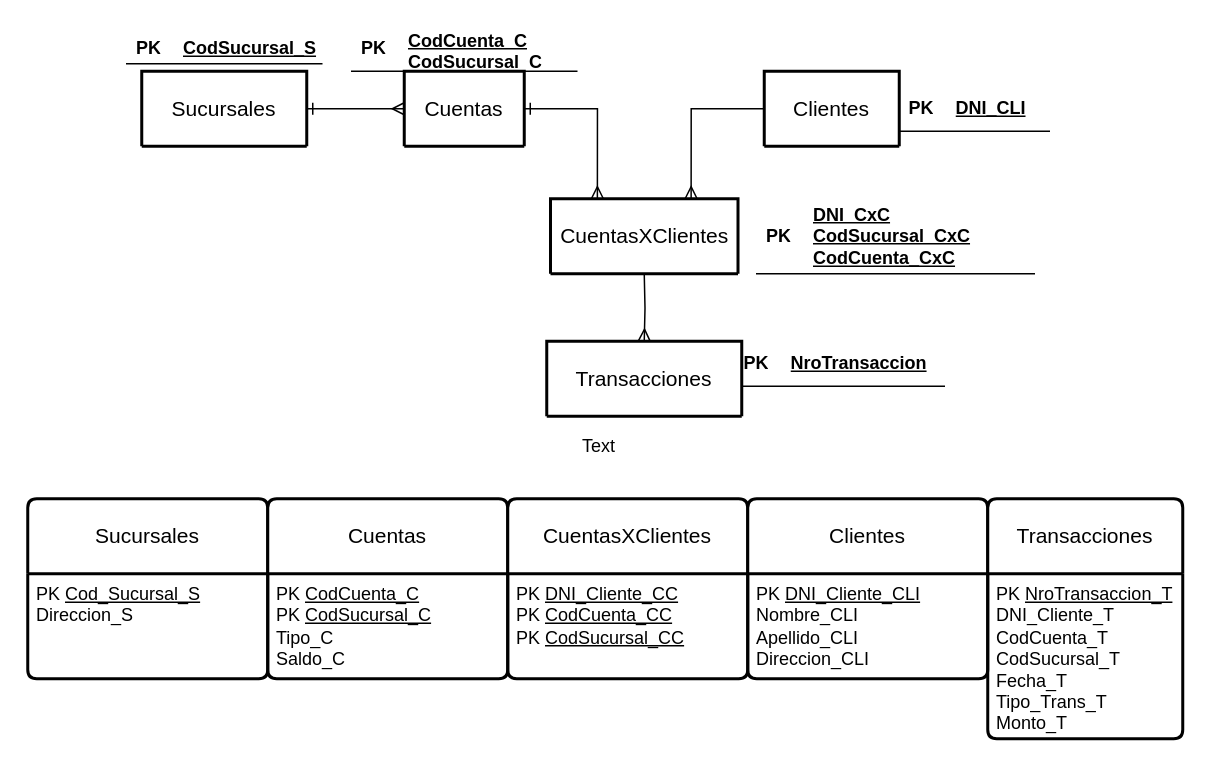
This is Diagramas/Ejercicio 3 - LAB 3.drawio from LeandroVillada/Laboratorio-III-Public, a draw.io file, before an edit. Source tidied: cells renumbered, new cells numbered last; positions are measured from the earlier drawing's top-left corner, leaving out a move shared by most shapes. Both pictures are drawn from the tidied source at 150%, with x=0, y=0 at pixel (27, 26).
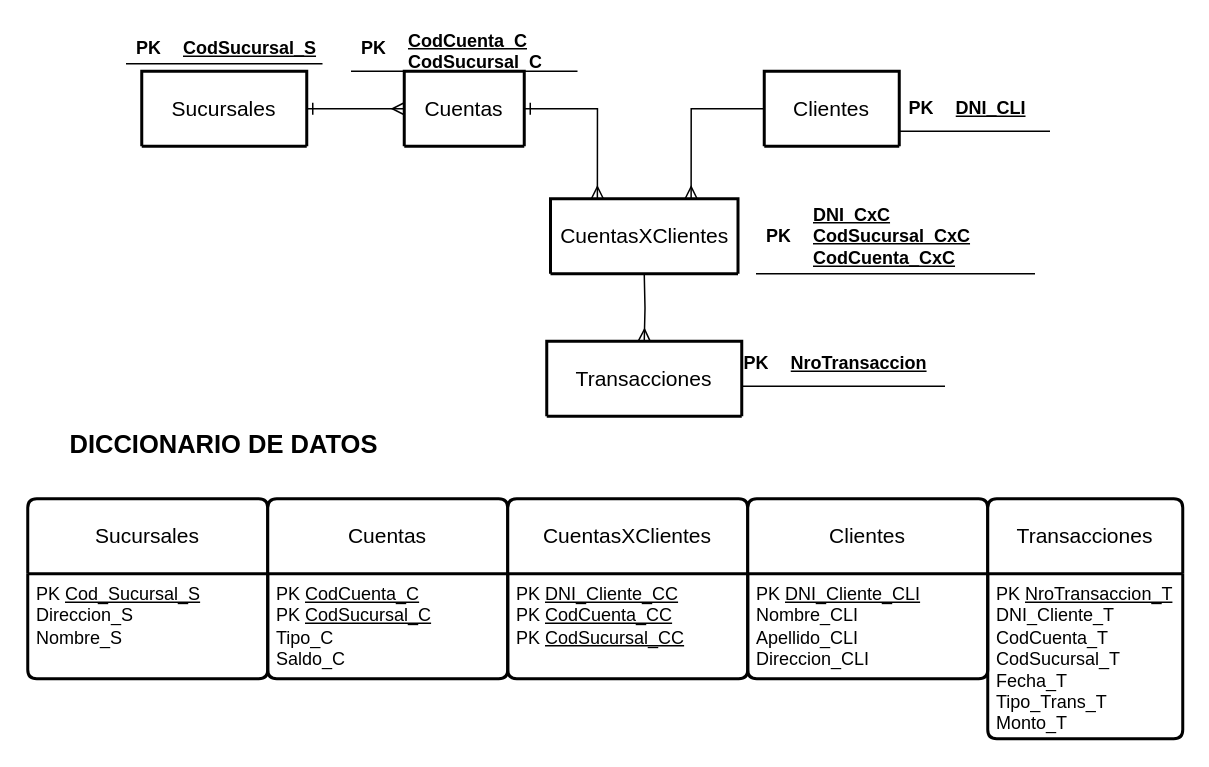
After the change.

Unchanged cells that the change refers to:
```xml
<mxCell id="31" value="Sucursales" style="swimlane;horizontal=1;startSize=50;rounded=1;fontSize=14;fontStyle=0;strokeWidth=2;shadow=0;dashed=0;align=center;arcSize=4;whiteSpace=wrap;html=1;fontFamily=Helvetica;fontColor=default;" parent="1" vertex="1">
  <mxGeometry y="315" width="160" height="120" as="geometry" />
</mxCell>
```

Change to the diagram source:
```diff
@@
-    <mxCell id="32" value="PK &lt;u&gt;Cod_Sucursal_S&lt;/u&gt;&lt;br&gt;Direccion_S" style="align=left;strokeColor=none;fillColor=none;spacingLeft=4;fontSize=12;verticalAlign=top;html=1;fontFamily=Helvetica;fontColor=default;" parent="31" vertex="1">
+    <mxCell id="32" value="PK &lt;u&gt;Cod_Sucursal_S&lt;/u&gt;&lt;br&gt;Direccion_S&lt;br&gt;Nombre_S" style="align=left;strokeColor=none;fillColor=none;spacingLeft=4;fontSize=12;verticalAlign=top;html=1;fontFamily=Helvetica;fontColor=default;" parent="31" vertex="1">
       <mxGeometry y="50" width="160" height="70" as="geometry" />
     </mxCell>
@@
-    <mxCell id="41" value="Text" style="text;strokeColor=none;align=center;fillColor=none;html=1;verticalAlign=middle;whiteSpace=wrap;rounded=0;" parent="1" vertex="1">
-      <mxGeometry x="351" y="265" width="60" height="30" as="geometry" />
+    <mxCell id="41" value="DICCIONARIO DE DATOS" style="text;strokeColor=none;align=center;fillColor=none;html=1;verticalAlign=middle;whiteSpace=wrap;rounded=0;fontSize=17;fontStyle=1;" parent="1" vertex="1">
+      <mxGeometry x="26" y="265" width="210" height="30" as="geometry" />
     </mxCell>
```
